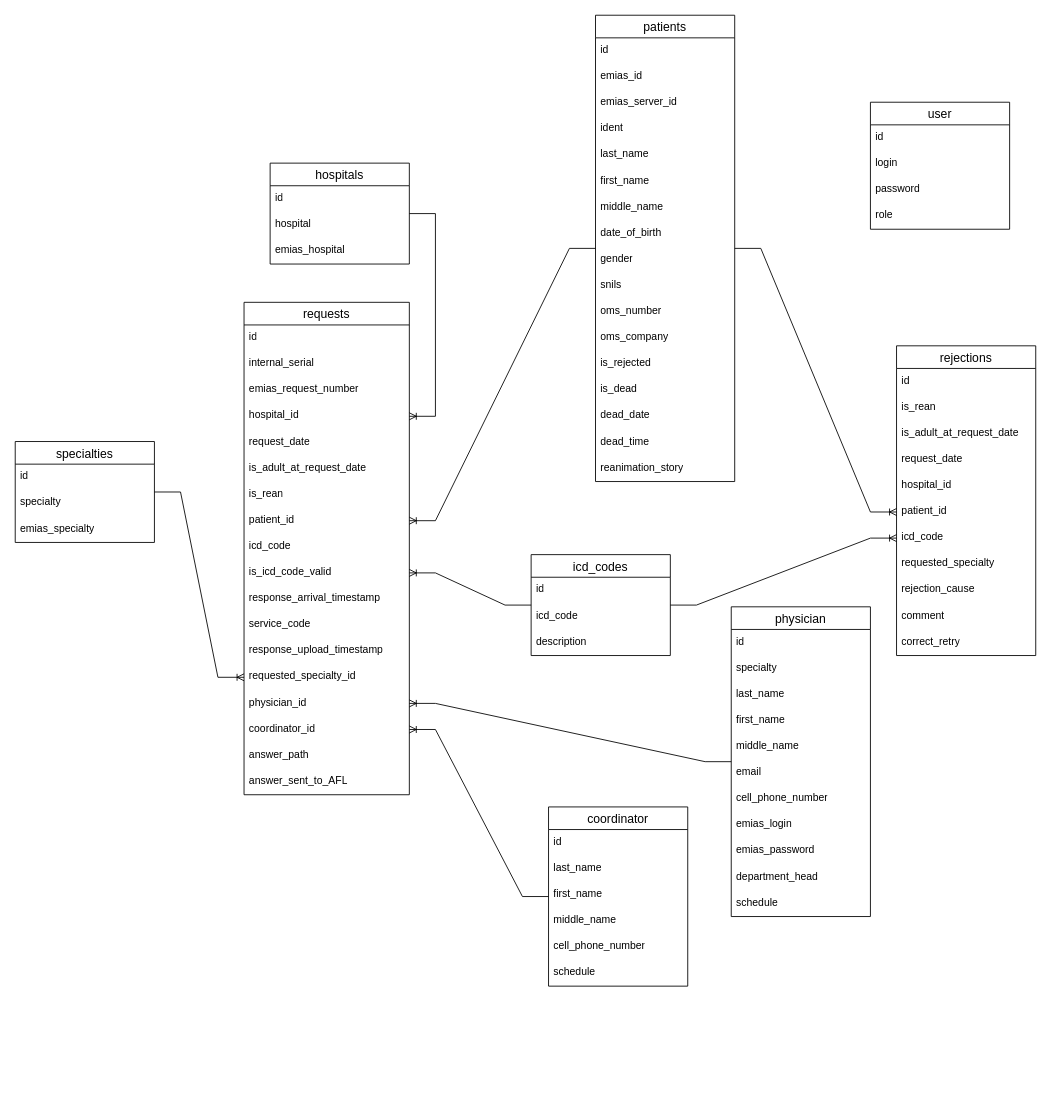
Above: server/rdkc.drawio in KretovDmitry/rdkc (draw.io), before the change. Source tidied: cells renumbered, new cells numbered last; positions are measured from the earlier drawing's top-left corner, leaving out a move shared by most shapes. Both pictures are drawn from the tidied source at 87%, with x=0, y=0 at pixel (15, 15).
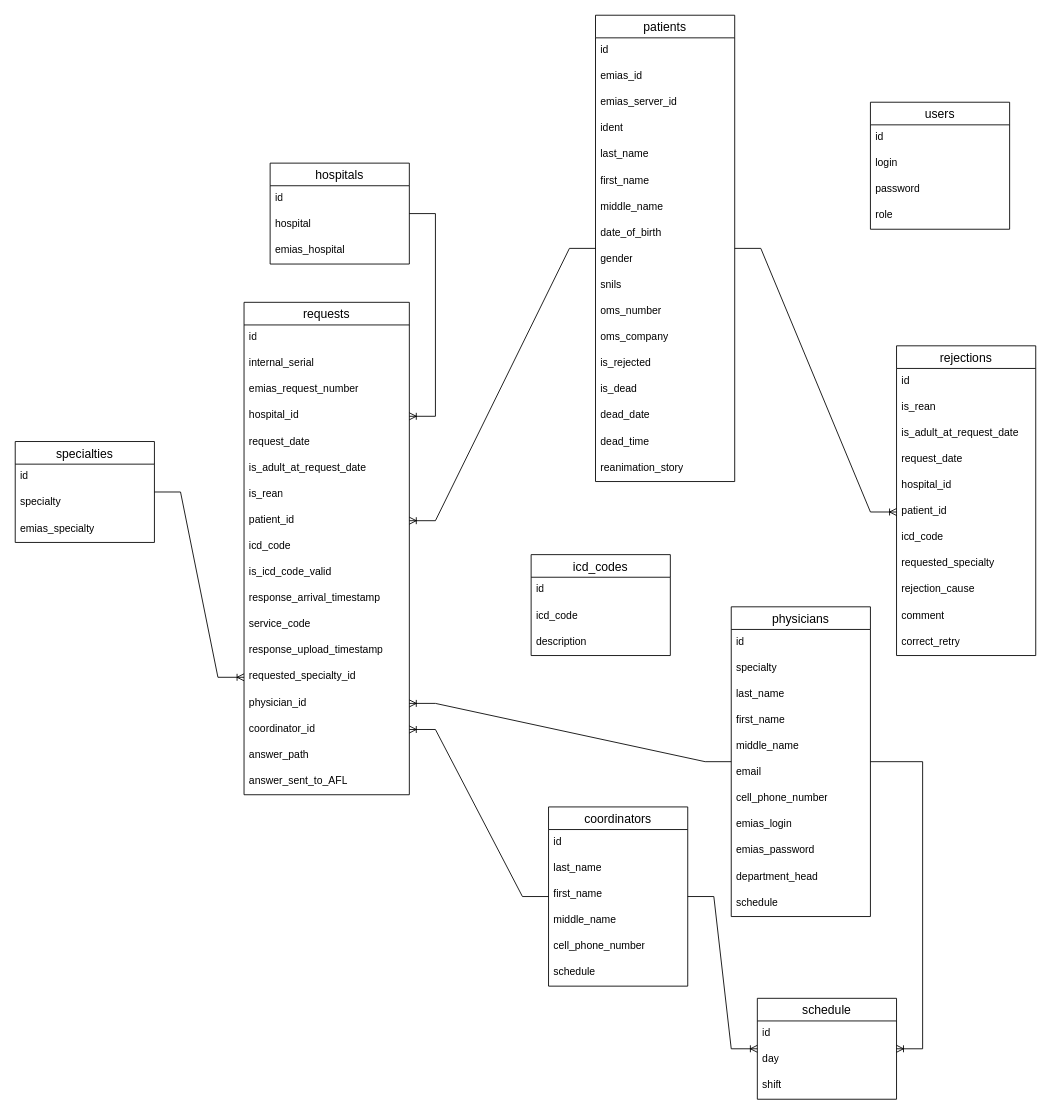
After the change.

The change refers to these unchanged cells:
```xml
<mxCell id="12" value="is_icd_code_valid" style="text;strokeColor=none;fillColor=none;spacingLeft=4;spacingRight=4;overflow=hidden;points=[[0,0.5],[1,0.5]];portConstraint=eastwest;fontSize=12;whiteSpace=wrap;html=1;" parent="2" vertex="1">
  <mxGeometry y="296" width="190" height="30" as="geometry" />
</mxCell>
<mxCell id="65" value="icd_codes" style="swimlane;fontStyle=0;horizontal=1;startSize=26;align=center;fontSize=14;" parent="1" vertex="1">
  <mxGeometry x="593" y="620" width="160" height="116" as="geometry" />
</mxCell>
<mxCell id="77" value="icd_code" style="text;strokeColor=none;fillColor=none;spacingLeft=4;spacingRight=4;overflow=hidden;points=[[0,0.5],[1,0.5]];portConstraint=eastwest;fontSize=12;whiteSpace=wrap;html=1;" parent="70" vertex="1">
  <mxGeometry y="206" width="160" height="30" as="geometry" />
</mxCell>
```

Change to the diagram source:
```diff
@@
-    <mxCell id="21" value="physician" style="swimlane;fontStyle=0;horizontal=1;startSize=26;align=center;fontSize=14;" parent="1" vertex="1">
+    <mxCell id="21" value="physicians" style="swimlane;fontStyle=0;horizontal=1;startSize=26;align=center;fontSize=14;" parent="1" vertex="1">
       <mxGeometry x="823" y="680" width="160" height="356" as="geometry" />
     </mxCell>
@@
-    <mxCell id="33" value="coordinator" style="swimlane;fontStyle=0;horizontal=1;startSize=26;align=center;fontSize=14;" parent="1" vertex="1">
+    <mxCell id="33" value="coordinators" style="swimlane;fontStyle=0;horizontal=1;startSize=26;align=center;fontSize=14;" parent="1" vertex="1">
       <mxGeometry x="613" y="910" width="160" height="206" as="geometry" />
     </mxCell>
@@
-    <mxCell id="69" style="edgeStyle=entityRelationEdgeStyle;fontSize=12;html=1;endArrow=ERoneToMany;rounded=0;" parent="1" edge="1" source="65" target="12">
-      <mxGeometry relative="1" as="geometry" />
-    </mxCell>
@@
-    <mxCell id="82" style="edgeStyle=entityRelationEdgeStyle;fontSize=12;html=1;endArrow=ERoneToMany;rounded=0;" parent="1" edge="1" source="65" target="77">
-      <mxGeometry relative="1" as="geometry" />
-    </mxCell>
@@
-    <mxCell id="85" value="user" style="swimlane;fontStyle=0;horizontal=1;startSize=26;align=center;fontSize=14;" parent="1" vertex="1">
+    <mxCell id="85" value="users" style="swimlane;fontStyle=0;horizontal=1;startSize=26;align=center;fontSize=14;" parent="1" vertex="1">
       <mxGeometry x="983" y="100" width="160" height="146" as="geometry" />
     </mxCell>
@@
+    <mxCell id="95" value="schedule" style="swimlane;fontStyle=0;horizontal=1;startSize=26;align=center;fontSize=14;" parent="1" vertex="1">
+      <mxGeometry x="853" y="1130" width="160" height="116" as="geometry" />
+    </mxCell>
+    <mxCell id="96" value="id" style="text;strokeColor=none;fillColor=none;spacingLeft=4;spacingRight=4;overflow=hidden;fontSize=12;whiteSpace=wrap;html=1;" parent="95" vertex="1">
+      <mxGeometry y="26" width="160" height="30" as="geometry" />
+    </mxCell>
+    <mxCell id="97" value="day" style="text;strokeColor=none;fillColor=none;spacingLeft=4;spacingRight=4;overflow=hidden;fontSize=12;whiteSpace=wrap;html=1;" parent="95" vertex="1">
+      <mxGeometry y="56" width="160" height="30" as="geometry" />
+    </mxCell>
+    <mxCell id="98" value="shift" style="text;strokeColor=none;fillColor=none;spacingLeft=4;spacingRight=4;overflow=hidden;fontSize=12;whiteSpace=wrap;html=1;" parent="95" vertex="1">
+      <mxGeometry y="86" width="160" height="30" as="geometry" />
+    </mxCell>
+    <mxCell id="99" style="edgeStyle=entityRelationEdgeStyle;fontSize=12;html=1;endArrow=ERoneToMany;rounded=0;" parent="1" edge="1" source="33" target="95">
+      <mxGeometry relative="1" as="geometry" />
+    </mxCell>
+    <mxCell id="100" style="edgeStyle=entityRelationEdgeStyle;fontSize=12;html=1;endArrow=ERoneToMany;rounded=0;" parent="1" edge="1" source="21" target="95">
+      <mxGeometry relative="1" as="geometry" />
+    </mxCell>
```
